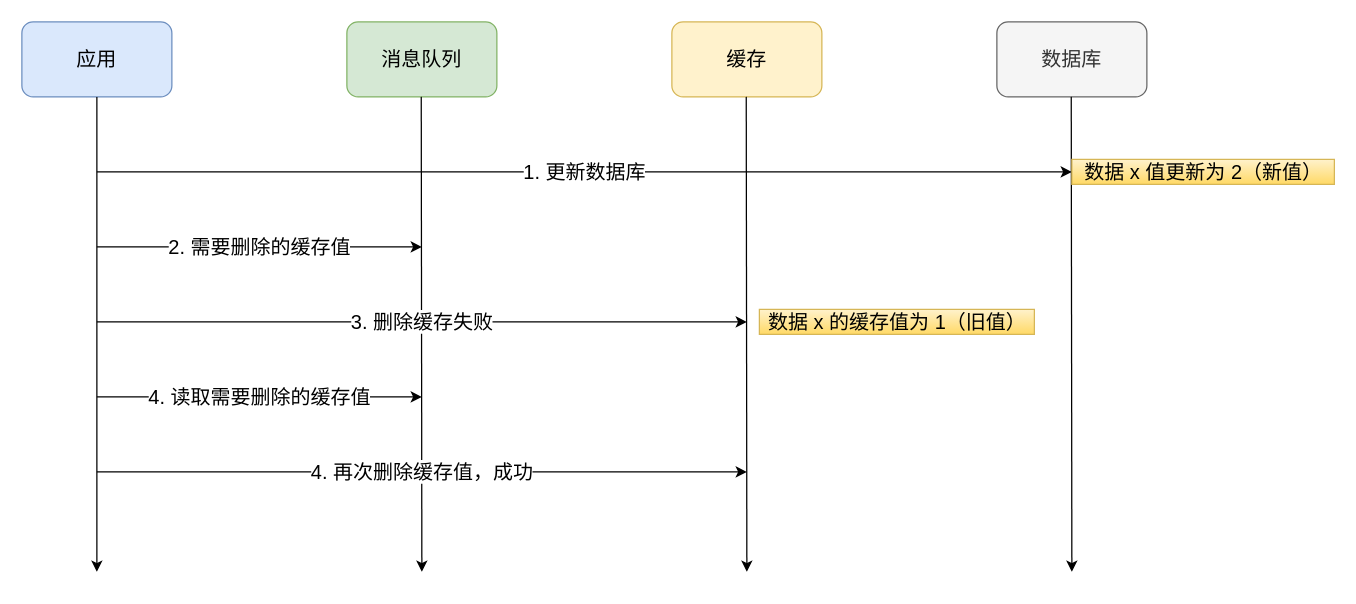
The draw.io diagram redis/缓存/删除缓存失败.drawio in xiaolincoder/ImageHost4, before the edit. Source tidied: cells renumbered, new cells numbered last; positions are measured from the earlier drawing's top-left corner, leaving out a move shared by most shapes. Both pictures are drawn from the tidied source at 125%, with x=0, y=0 at pixel (21, 21).
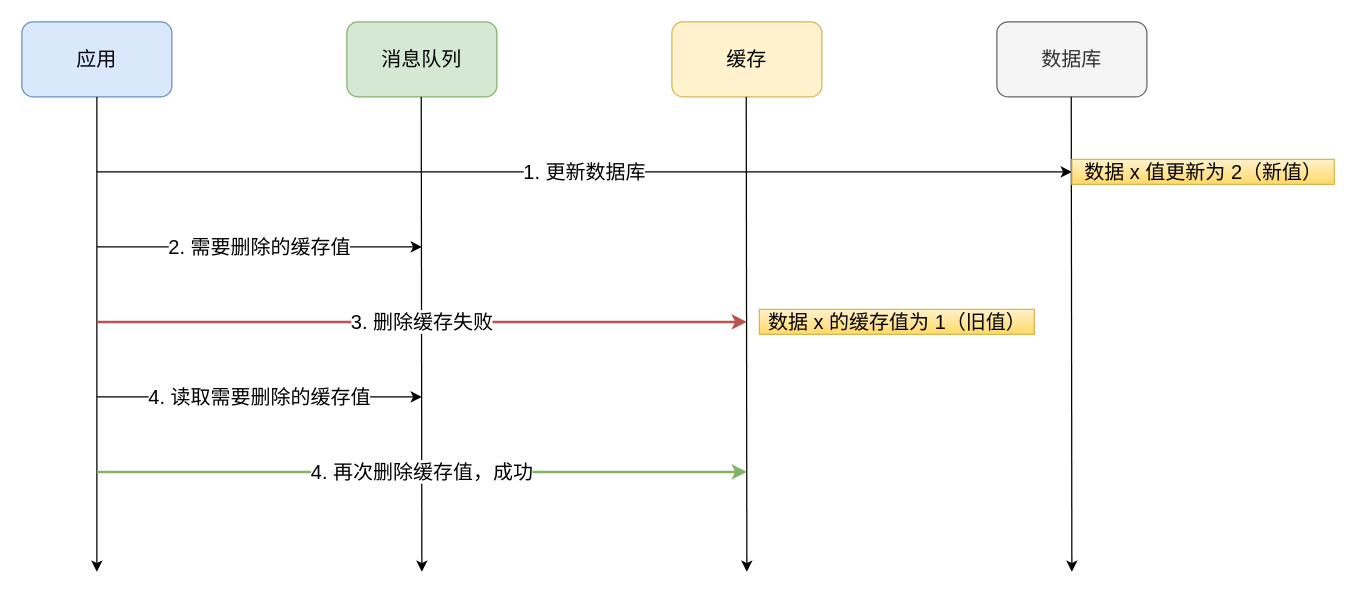
Above is the later version.

Commit message (it also covers changes not shown here):
更新删除缓存失败.drawio

What changed in the source:
```diff
@@
-    <mxCell id="12" value="3. 删除缓存失败" style="endArrow=classic;html=1;fontSize=16;" parent="1" edge="1">
+    <mxCell id="12" value="3. 删除缓存失败" style="endArrow=classic;html=1;fontSize=16;gradientColor=#ea6b66;fillColor=#f8cecc;strokeColor=#b85450;strokeWidth=2;" parent="1" edge="1">
       <mxGeometry relative="1" as="geometry">
         <mxPoint x="60" y="240" as="sourcePoint" />
         <mxPoint x="580" y="240" as="targetPoint" />
       </mxGeometry>
     </mxCell>
@@
-    <mxCell id="14" value="4. 再次删除缓存值，成功" style="endArrow=classic;html=1;fontSize=16;" parent="1" edge="1">
+    <mxCell id="14" value="4. 再次删除缓存值，成功" style="endArrow=classic;html=1;fontSize=16;gradientColor=#97d077;fillColor=#d5e8d4;strokeColor=#82b366;strokeWidth=2;" parent="1" edge="1">
       <mxGeometry relative="1" as="geometry">
         <mxPoint x="60" y="360" as="sourcePoint" />
         <mxPoint x="580" y="360" as="targetPoint" />
       </mxGeometry>
     </mxCell>
```
